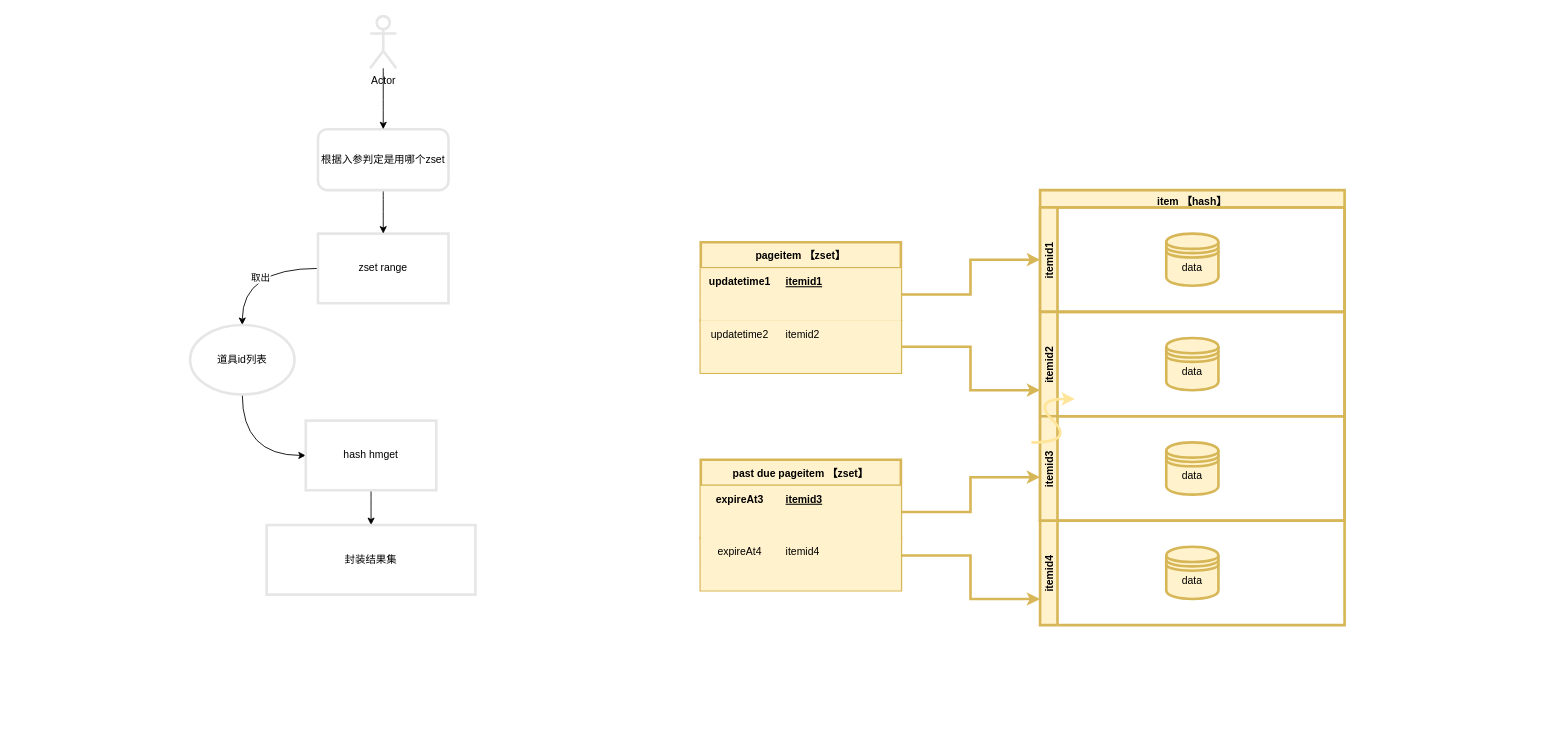
Earlier version of the draw.io diagram avatarcache.drawio (fsdmp/diagrams). Source tidied: cells renumbered, new cells numbered last; positions are measured from the earlier drawing's top-left corner, leaving out a move shared by most shapes. Both pictures are drawn from the tidied source at 87%, with x=0, y=0 at pixel (190, 16).
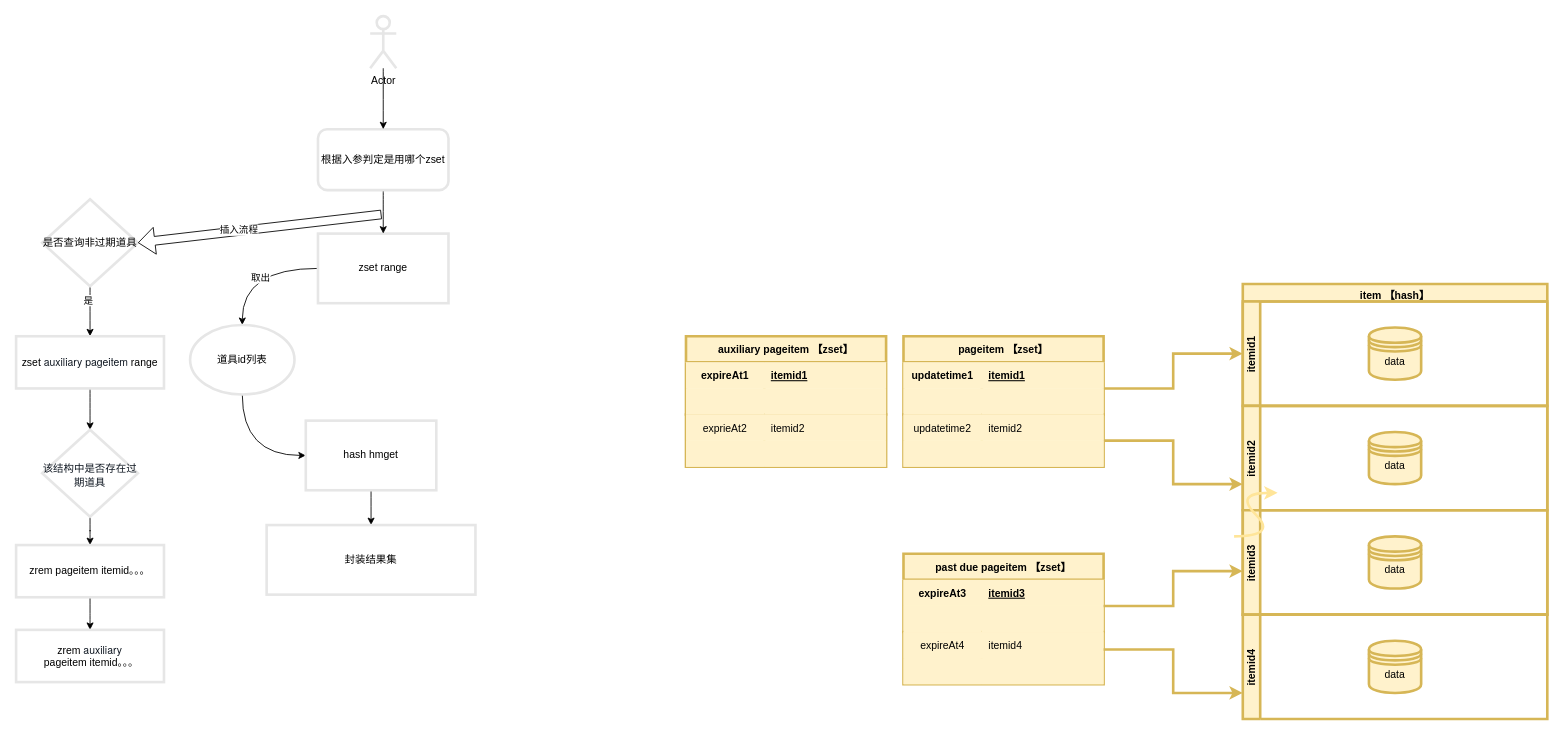
The same page after the edit.

The change refers to these unchanged cells:
```xml
<mxCell id="3" value="itemid1" style="swimlane;startSize=20;horizontal=0;strokeWidth=3;fillColor=#fff2cc;strokeColor=#d6b656;" parent="2" vertex="1">
  <mxGeometry y="20" width="350" height="120" as="geometry" />
</mxCell>
<mxCell id="5" value="itemid2" style="swimlane;startSize=20;horizontal=0;strokeWidth=3;fillColor=#fff2cc;strokeColor=#d6b656;" parent="2" vertex="1">
  <mxGeometry y="140" width="350" height="120" as="geometry" />
</mxCell>
<mxCell id="18" style="shape=partialRectangle;fillColor=#fff2cc;top=0;left=0;bottom=0;right=0;points=[[0,0.5],[1,0.5]];portConstraint=eastwest;strokeWidth=3;strokeColor=#d6b656;" parent="11" vertex="1">
  <mxGeometry y="90" width="230" height="30" as="geometry" />
</mxCell>
```

What changed in the source:
```diff
@@
     <mxCell id="2" value="item 【hash】" style="swimlane;horizontal=1;startSize=20;verticalAlign=top;strokeWidth=3;fillColor=#fff2cc;strokeColor=#d6b656;" parent="1" vertex="1">
-      <mxGeometry x="977" y="200" width="350" height="380" as="geometry" />
+      <mxGeometry x="1210" y="308" width="350" height="380" as="geometry" />
     </mxCell>
@@
     <mxCell id="9" style="edgeStyle=orthogonalEdgeStyle;rounded=0;jettySize=auto;html=1;entryX=0;entryY=0.5;entryDx=0;entryDy=0;fontColor=#FEFFD9;strokeWidth=3;fillColor=#fff2cc;strokeColor=#d6b656;" parent="1" edge="1" source="11" target="3">
       <mxGeometry relative="1" as="geometry">
         <Array as="points">
-          <mxPoint x="897" y="320" />
-          <mxPoint x="897" y="280" />
+          <mxPoint x="1130" y="428" />
+          <mxPoint x="1130" y="388" />
         </Array>
       </mxGeometry>
     </mxCell>
     <mxCell id="10" style="edgeStyle=orthogonalEdgeStyle;rounded=0;jettySize=auto;html=1;entryX=0;entryY=0.75;entryDx=0;entryDy=0;fontColor=#FEFFD9;strokeWidth=3;fillColor=#fff2cc;strokeColor=#d6b656;" parent="1" edge="1" source="18" target="5">
       <mxGeometry relative="1" as="geometry">
         <Array as="points">
-          <mxPoint x="897" y="380" />
-          <mxPoint x="897" y="430" />
+          <mxPoint x="1130" y="488" />
+          <mxPoint x="1130" y="538" />
         </Array>
       </mxGeometry>
     </mxCell>
     <mxCell id="11" value="pageitem 【zset】" style="shape=table;startSize=30;childLayout=tableLayout;rowLines=0;fontStyle=1;align=center;strokeWidth=3;fillColor=#fff2cc;strokeColor=#d6b656;" parent="1" vertex="1">
-      <mxGeometry x="587" y="260" width="230" height="150" as="geometry" />
+      <mxGeometry x="820" y="368" width="230" height="150" as="geometry" />
     </mxCell>
@@
     <mxCell id="24" value="past due pageitem 【zset】" style="shape=table;startSize=30;childLayout=tableLayout;rowLines=0;fontStyle=1;align=center;strokeWidth=3;fillColor=#fff2cc;strokeColor=#d6b656;" parent="1" vertex="1">
-      <mxGeometry x="587" y="510" width="230" height="150" as="geometry" />
+      <mxGeometry x="820" y="618" width="230" height="150" as="geometry" />
     </mxCell>
@@
     <mxCell id="37" value="itemid4" style="swimlane;startSize=20;horizontal=0;strokeWidth=3;fillColor=#fff2cc;strokeColor=#d6b656;" parent="1" vertex="1">
-      <mxGeometry x="977" y="580" width="350" height="120" as="geometry" />
+      <mxGeometry x="1210" y="688" width="350" height="120" as="geometry" />
     </mxCell>
@@
     <mxCell id="39" style="edgeStyle=orthogonalEdgeStyle;rounded=0;orthogonalLoop=1;jettySize=auto;html=1;entryX=0;entryY=0.5;entryDx=0;entryDy=0;fontColor=#FEFFD9;strokeWidth=3;fillColor=#fff2cc;strokeColor=#d6b656;" parent="1" edge="1">
       <mxGeometry relative="1" as="geometry">
-        <mxPoint x="817" y="570" as="sourcePoint" />
-        <mxPoint x="977" y="530" as="targetPoint" />
+        <mxPoint x="1050" y="678" as="sourcePoint" />
+        <mxPoint x="1210" y="638" as="targetPoint" />
         <Array as="points">
-          <mxPoint x="897" y="570" />
-          <mxPoint x="897" y="530" />
+          <mxPoint x="1130" y="678" />
+          <mxPoint x="1130" y="638" />
         </Array>
       </mxGeometry>
     </mxCell>
     <mxCell id="40" style="edgeStyle=orthogonalEdgeStyle;rounded=0;orthogonalLoop=1;jettySize=auto;html=1;entryX=0;entryY=0.75;entryDx=0;entryDy=0;fontColor=#FEFFD9;strokeWidth=3;fillColor=#fff2cc;strokeColor=#d6b656;" parent="1" edge="1">
       <mxGeometry relative="1" as="geometry">
-        <mxPoint x="817" y="620" as="sourcePoint" />
-        <mxPoint x="977" y="670" as="targetPoint" />
+        <mxPoint x="1050" y="728" as="sourcePoint" />
+        <mxPoint x="1210" y="778" as="targetPoint" />
         <Array as="points">
-          <mxPoint x="897" y="620" />
-          <mxPoint x="897" y="670" />
+          <mxPoint x="1130" y="728" />
+          <mxPoint x="1130" y="778" />
         </Array>
       </mxGeometry>
     </mxCell>
@@
     <mxCell id="46" style="curved=1;endArrow=classic;html=1;fontColor=#000000;strokeColor=#FFE599;strokeWidth=3;" parent="1" edge="1">
       <mxGeometry relative="1" as="geometry">
-        <mxPoint x="967" y="490" as="sourcePoint" />
-        <mxPoint x="1017" y="440" as="targetPoint" />
+        <mxPoint x="1200" y="598" as="sourcePoint" />
+        <mxPoint x="1250" y="548" as="targetPoint" />
         <Array as="points">
-          <mxPoint x="1017" y="490" />
-          <mxPoint x="967" y="440" />
+          <mxPoint x="1250" y="598" />
+          <mxPoint x="1200" y="548" />
         </Array>
       </mxGeometry>
     </mxCell>
@@
+    <mxCell id="54" value="auxiliary pageitem 【zset】" style="shape=table;startSize=30;childLayout=tableLayout;rowLines=0;fontStyle=1;align=center;strokeWidth=3;fillColor=#fff2cc;strokeColor=#d6b656;" parent="1" vertex="1">
+      <mxGeometry x="570" y="368" width="230" height="150" as="geometry" />
+    </mxCell>
+    <mxCell id="55" style="shape=partialRectangle;fillColor=#fff2cc;top=0;left=0;bottom=0;right=0;strokeWidth=3;strokeColor=#d6b656;" parent="54" vertex="1">
+      <mxGeometry y="30" width="230" height="30" as="geometry" />
+    </mxCell>
+    <mxCell id="56" value="expireAt1" style="shape=partialRectangle;fillColor=#fff2cc;top=0;left=0;bottom=0;right=0;fontStyle=1;overflow=hidden;strokeWidth=3;strokeColor=#d6b656;" parent="55" vertex="1">
+      <mxGeometry width="90" height="30" as="geometry" />
+    </mxCell>
+    <mxCell id="57" value="itemid1" style="shape=partialRectangle;fillColor=#fff2cc;top=0;left=0;bottom=0;right=0;align=left;spacingLeft=6;fontStyle=5;overflow=hidden;strokeWidth=3;strokeColor=#d6b656;" parent="55" vertex="1">
+      <mxGeometry x="90" width="140" height="30" as="geometry" />
+    </mxCell>
+    <mxCell id="58" style="shape=partialRectangle;fillColor=#fff2cc;top=0;left=0;bottom=1;right=0;strokeWidth=3;strokeColor=#d6b656;" parent="54" vertex="1">
+      <mxGeometry y="60" width="230" height="30" as="geometry" />
+    </mxCell>
+    <mxCell id="59" style="shape=partialRectangle;fillColor=#fff2cc;top=0;left=0;bottom=0;right=0;fontStyle=1;overflow=hidden;strokeWidth=3;strokeColor=#d6b656;" parent="58" vertex="1">
+      <mxGeometry width="90" height="30" as="geometry" />
+    </mxCell>
+    <mxCell id="60" style="shape=partialRectangle;fillColor=#fff2cc;top=0;left=0;bottom=0;right=0;align=left;spacingLeft=6;fontStyle=5;overflow=hidden;strokeWidth=3;strokeColor=#d6b656;" parent="58" vertex="1">
+      <mxGeometry x="90" width="140" height="30" as="geometry" />
+    </mxCell>
+    <mxCell id="61" style="shape=partialRectangle;fillColor=#fff2cc;top=0;left=0;bottom=0;right=0;strokeWidth=3;strokeColor=#d6b656;" parent="54" vertex="1">
+      <mxGeometry y="90" width="230" height="30" as="geometry" />
+    </mxCell>
+    <mxCell id="62" value="exprieAt2" style="shape=partialRectangle;fillColor=#fff2cc;top=0;left=0;bottom=0;right=0;overflow=hidden;strokeWidth=3;strokeColor=#d6b656;" parent="61" vertex="1">
+      <mxGeometry width="90" height="30" as="geometry" />
+    </mxCell>
+    <mxCell id="63" value="itemid2" style="shape=partialRectangle;fillColor=#fff2cc;top=0;left=0;bottom=0;right=0;align=left;spacingLeft=6;overflow=hidden;strokeWidth=3;strokeColor=#d6b656;" parent="61" vertex="1">
+      <mxGeometry x="90" width="140" height="30" as="geometry" />
+    </mxCell>
+    <mxCell id="64" style="shape=partialRectangle;fillColor=#fff2cc;top=0;left=0;bottom=0;right=0;strokeWidth=3;strokeColor=#d6b656;" parent="54" vertex="1">
+      <mxGeometry y="120" width="230" height="30" as="geometry" />
+    </mxCell>
+    <mxCell id="65" style="shape=partialRectangle;fillColor=#fff2cc;top=0;left=0;bottom=0;right=0;overflow=hidden;strokeWidth=3;strokeColor=#d6b656;" parent="64" vertex="1">
+      <mxGeometry width="90" height="30" as="geometry" />
+    </mxCell>
+    <mxCell id="66" style="shape=partialRectangle;fillColor=#fff2cc;top=0;left=0;bottom=0;right=0;align=left;spacingLeft=6;overflow=hidden;strokeWidth=3;strokeColor=#d6b656;" parent="64" vertex="1">
+      <mxGeometry x="90" width="140" height="30" as="geometry" />
+    </mxCell>
+    <mxCell id="67" style="edgeStyle=orthogonalEdgeStyle;curved=1;rounded=0;jettySize=auto;html=1;fontColor=#000000;strokeColor=#000000;strokeWidth=1;" parent="1" edge="1" source="69" target="71">
+      <mxGeometry relative="1" as="geometry" />
+    </mxCell>
+    <mxCell id="68" value="是" style="edgeLabel;html=1;align=center;verticalAlign=middle;fontColor=#000000;" parent="67" vertex="1">
+      <mxGeometry x="-0.45" y="-3" relative="1" as="geometry" />
+    </mxCell>
+    <mxCell id="69" value="是否查询非过期道具" style="rhombus;whiteSpace=wrap;html=1;fontColor=#000000;strokeColor=#E6E6E6;strokeWidth=3;align=center;verticalAlign=middle;" parent="1" vertex="1">
+      <mxGeometry x="-170" y="210.5" width="110" height="100" as="geometry" />
+    </mxCell>
+    <mxCell id="70" style="edgeStyle=orthogonalEdgeStyle;curved=1;rounded=0;jettySize=auto;html=1;fontColor=#000000;strokeColor=#000000;strokeWidth=1;" parent="1" edge="1" source="71" target="73">
+      <mxGeometry relative="1" as="geometry" />
+    </mxCell>
+    <mxCell id="71" value="zset&amp;nbsp;&lt;span style=&quot;color: rgb(15 , 23 , 33) ; font-family: &amp;#34;helvetica neue&amp;#34;&quot;&gt;&lt;font style=&quot;font-size: 12px&quot;&gt;auxiliary pageitem&lt;/font&gt;&lt;/span&gt;&lt;span&gt;&amp;nbsp;range&lt;/span&gt;" style="rounded=0;whiteSpace=wrap;html=1;fontColor=#000000;strokeColor=#E6E6E6;strokeWidth=3;align=center;verticalAlign=middle;" parent="1" vertex="1">
+      <mxGeometry x="-200" y="368" width="170" height="60" as="geometry" />
+    </mxCell>
+    <mxCell id="72" style="edgeStyle=orthogonalEdgeStyle;curved=1;rounded=0;jettySize=auto;html=1;fontColor=#000000;strokeColor=#000000;strokeWidth=1;" parent="1" edge="1" source="73" target="75">
+      <mxGeometry relative="1" as="geometry" />
+    </mxCell>
+    <mxCell id="73" value="&lt;p class=&quot;p1&quot; style=&quot;margin: 0px ; font-stretch: normal ; line-height: normal ; font-family: &amp;#34;pingfang sc&amp;#34; ; color: rgb(15 , 23 , 33)&quot;&gt;&lt;font style=&quot;font-size: 12px&quot;&gt;该结构中是否存在过期道具&lt;/font&gt;&lt;/p&gt;" style="rhombus;whiteSpace=wrap;html=1;fontColor=#000000;strokeColor=#E6E6E6;strokeWidth=3;align=center;verticalAlign=middle;" parent="1" vertex="1">
+      <mxGeometry x="-170" y="475.5" width="110" height="100" as="geometry" />
+    </mxCell>
+    <mxCell id="74" style="edgeStyle=orthogonalEdgeStyle;curved=1;rounded=0;jettySize=auto;html=1;fontColor=#000000;strokeColor=#000000;strokeWidth=1;" parent="1" edge="1" source="75" target="76">
+      <mxGeometry relative="1" as="geometry" />
+    </mxCell>
+    <mxCell id="75" value="zrem pageitem itemid。。。" style="rounded=0;whiteSpace=wrap;html=1;fontColor=#000000;strokeColor=#E6E6E6;strokeWidth=3;align=center;verticalAlign=middle;" parent="1" vertex="1">
+      <mxGeometry x="-200" y="608" width="170" height="60" as="geometry" />
+    </mxCell>
+    <mxCell id="76" value="zrem&amp;nbsp;&lt;span style=&quot;color: rgb(15 , 23 , 33) ; font-family: &amp;#34;helvetica neue&amp;#34;&quot;&gt;auxiliary&lt;/span&gt;&lt;br&gt;&amp;nbsp;pageitem itemid。。。" style="rounded=0;whiteSpace=wrap;html=1;fontColor=#000000;strokeColor=#E6E6E6;strokeWidth=3;align=center;verticalAlign=middle;" parent="1" vertex="1">
+      <mxGeometry x="-200" y="705.5" width="170" height="60" as="geometry" />
+    </mxCell>
+    <mxCell id="77" style="shape=flexArrow;endArrow=classic;html=1;fontColor=#000000;strokeColor=#000000;strokeWidth=1;entryX=1;entryY=0.5;entryDx=0;entryDy=0;" parent="1" edge="1" target="69">
+      <mxGeometry relative="1" as="geometry">
+        <mxPoint x="220" y="228" as="sourcePoint" />
+      </mxGeometry>
+    </mxCell>
+    <mxCell id="78" value="插入流程" style="edgeLabel;html=1;align=center;verticalAlign=middle;fontColor=#000000;" parent="77" vertex="1">
+      <mxGeometry x="0.17" y="-2" relative="1" as="geometry" />
+    </mxCell>
```
